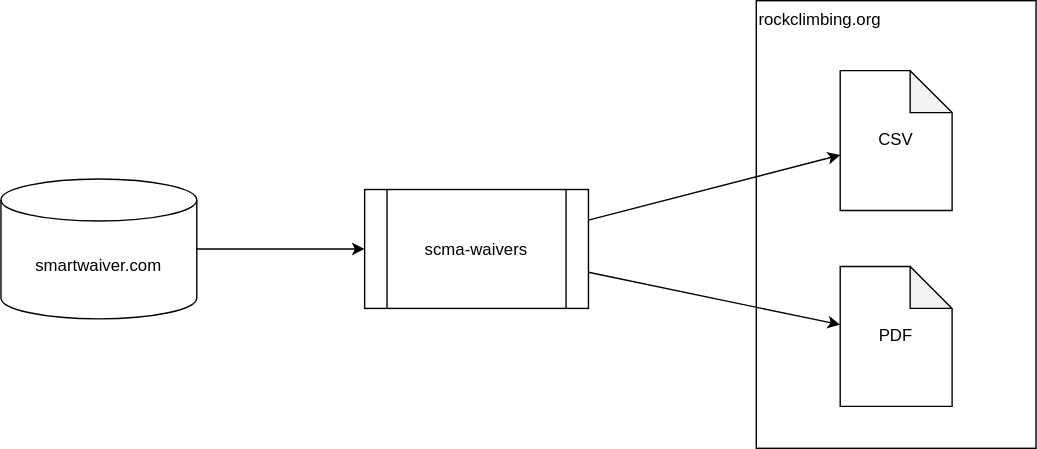
rfdonnelly/scma-waivers keeps this draw.io diagram as images/dataflow.drawio.svg. Above is the earlier version. Source tidied: cells renumbered, new cells last; positions are measured from the earlier drawing's top-left corner, leaving out a move shared by most shapes.
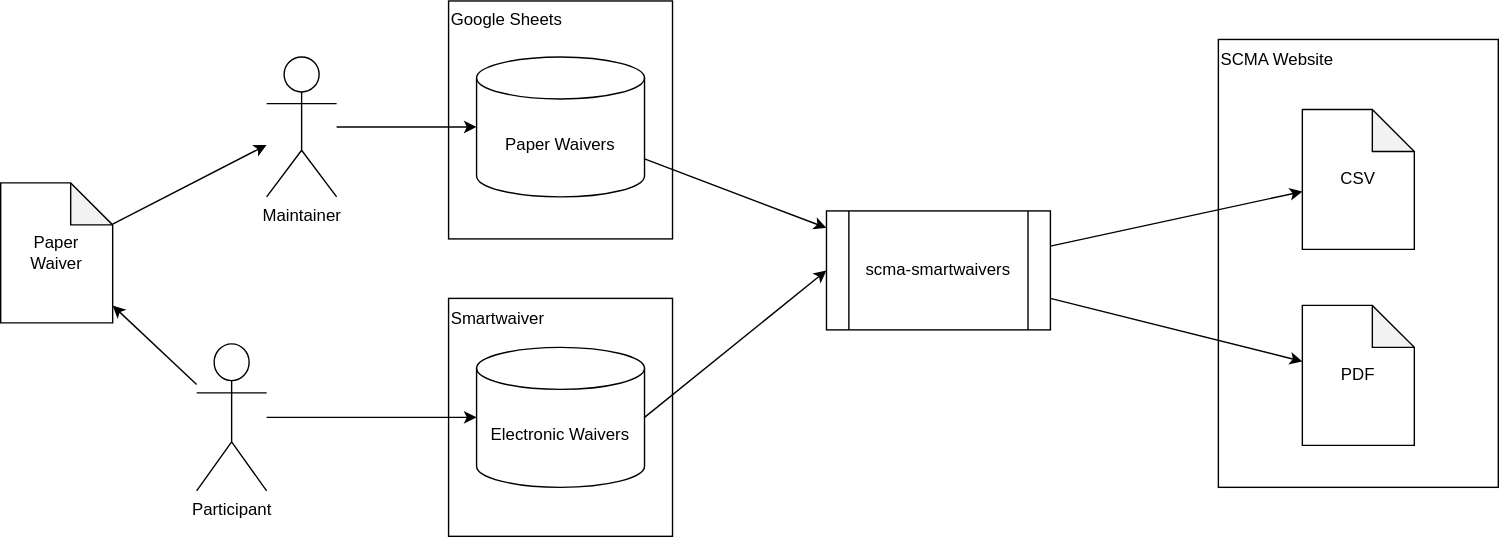
The same file after the commit.

Commit message:
doc: add paper waiver flow to data flow diagram

Closes #3

Diff of the diagram source:
```diff
@@ -2,13 +2,13 @@
   <root>
     <mxCell id="0" />
     <mxCell id="1" parent="0" />
-    <mxCell id="2" value="smartwaivers.com" style="shape=cylinder3;whiteSpace=wrap;html=1;boundedLbl=1;backgroundOutline=1;size=15;" parent="1" vertex="1">
-      <mxGeometry y="127.5" width="140" height="100" as="geometry" />
-    </mxCell>
+    <mxCell id="10" value="Smartwaiver" style="rounded=0;whiteSpace=wrap;html=1;align=left;verticalAlign=top;" parent="1" vertex="1">
+      <mxGeometry x="-10" y="185" width="160" height="170" as="geometry" />
+    </mxCell>
     <mxCell id="3" value="scma-smartwaivers" style="shape=process;whiteSpace=wrap;html=1;backgroundOutline=1;" parent="1" vertex="1">
-      <mxGeometry x="260" y="135" width="160" height="85" as="geometry" />
+      <mxGeometry x="260" y="122.5" width="160" height="85" as="geometry" />
     </mxCell>
-    <mxCell id="4" value="rockclimbing.org" style="rounded=0;whiteSpace=wrap;html=1;align=left;verticalAlign=top;" parent="1" vertex="1">
+    <mxCell id="4" value="SCMA Website" style="rounded=0;whiteSpace=wrap;html=1;align=left;verticalAlign=top;" parent="1" vertex="1">
       <mxGeometry x="540" width="200" height="320" as="geometry" />
     </mxCell>
     <mxCell id="5" value="CSV" style="shape=note;whiteSpace=wrap;html=1;backgroundOutline=1;darkOpacity=0.05;" parent="1" vertex="1">
@@ -26,5 +26,38 @@
     <mxCell id="9" style="endArrow=classic;html=1;" parent="1" edge="1" source="3" target="6">
       <mxGeometry relative="1" as="geometry" />
     </mxCell>
+    <mxCell id="11" value="Google Sheets" style="rounded=0;whiteSpace=wrap;html=1;align=left;verticalAlign=top;" parent="1" vertex="1">
+      <mxGeometry x="-10" y="-27.5" width="160" height="170" as="geometry" />
+    </mxCell>
+    <mxCell id="12" value="Participant" style="shape=umlActor;verticalLabelPosition=bottom;verticalAlign=top;html=1;outlineConnect=0;" parent="1" vertex="1">
+      <mxGeometry x="-190" y="217.5" width="50" height="105" as="geometry" />
+    </mxCell>
+    <mxCell id="13" value="Paper&lt;br&gt;Waiver" style="shape=note;whiteSpace=wrap;html=1;backgroundOutline=1;darkOpacity=0.05;" parent="1" vertex="1">
+      <mxGeometry x="-330" y="102.5" width="80" height="100" as="geometry" />
+    </mxCell>
+    <mxCell id="14" value="Paper Waivers" style="shape=cylinder3;whiteSpace=wrap;html=1;boundedLbl=1;backgroundOutline=1;size=15;" parent="1" vertex="1">
+      <mxGeometry x="10" y="12.5" width="120" height="100" as="geometry" />
+    </mxCell>
+    <mxCell id="15" style="edgeStyle=none;html=1;entryX=0;entryY=0.5;entryDx=0;entryDy=0;entryPerimeter=0;" parent="1" edge="1" source="16" target="14">
+      <mxGeometry relative="1" as="geometry" />
+    </mxCell>
+    <mxCell id="16" value="Maintainer" style="shape=umlActor;verticalLabelPosition=bottom;verticalAlign=top;html=1;outlineConnect=0;" parent="1" vertex="1">
+      <mxGeometry x="-140" y="12.5" width="50" height="100" as="geometry" />
+    </mxCell>
+    <mxCell id="17" style="endArrow=classic;html=1;" parent="1" edge="1" source="12" target="13">
+      <mxGeometry relative="1" as="geometry" />
+    </mxCell>
+    <mxCell id="18" style="endArrow=classic;html=1;" parent="1" edge="1" source="12" target="2">
+      <mxGeometry relative="1" as="geometry" />
+    </mxCell>
+    <mxCell id="19" style="endArrow=classic;html=1;" parent="1" edge="1" source="13" target="16">
+      <mxGeometry relative="1" as="geometry" />
+    </mxCell>
+    <mxCell id="20" style="edgeStyle=none;html=1;" parent="1" edge="1" source="14" target="3">
+      <mxGeometry relative="1" as="geometry" />
+    </mxCell>
+    <mxCell id="2" value="Electronic Waivers" style="shape=cylinder3;whiteSpace=wrap;html=1;boundedLbl=1;backgroundOutline=1;size=15;" parent="1" vertex="1">
+      <mxGeometry x="10" y="220" width="120" height="100" as="geometry" />
+    </mxCell>
   </root>
 </mxGraphModel>
```
